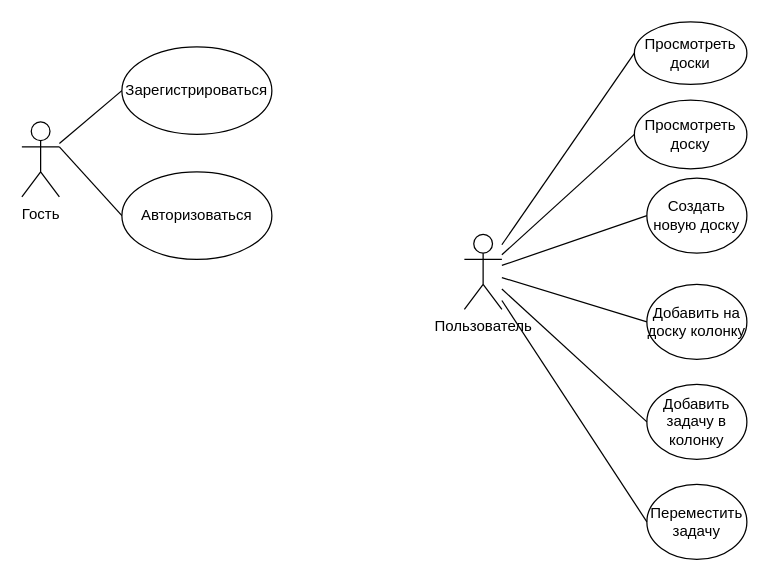
This is page "Guest" (1 of 2) of use case.drawio from StanEkso/kanban-projecting, a draw.io file, before an edit. Source tidied: cells renumbered, new cells numbered last; positions are measured from the earlier drawing's top-left corner, leaving out a move shared by most shapes. Both pictures are drawn from the tidied source at 125%, with x=0, y=0 at pixel (21, 21).
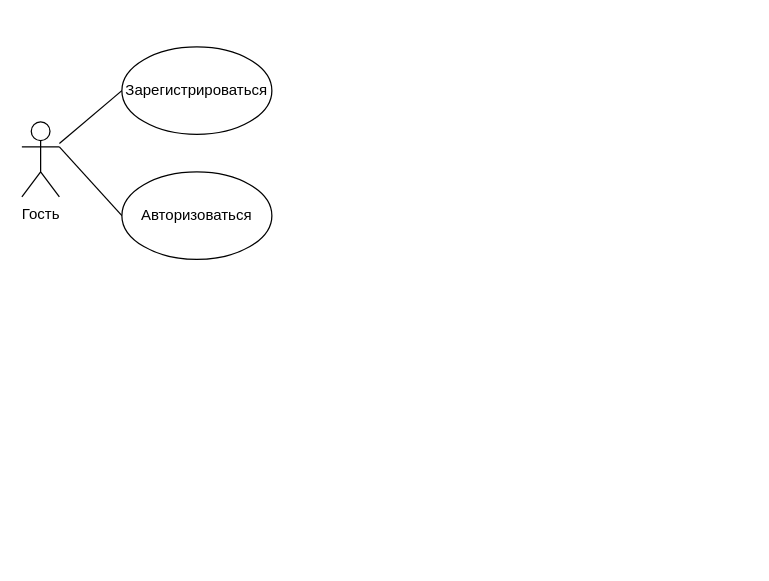
Above is the later version.

Commit message:
refactor: divide use case diagram

Change to the diagram source:
```diff
@@
 <mxGraphModel>
   <root>
     <mxCell id="0" />
     <mxCell id="1" parent="0" />
     <mxCell id="2" value="Гость" style="shape=umlActor;verticalLabelPosition=bottom;verticalAlign=top;html=1;outlineConnect=0;" parent="1" vertex="1">
       <mxGeometry y="80" width="30" height="60" as="geometry" />
     </mxCell>
     <mxCell id="3" value="Зарегистрироваться" style="ellipse;whiteSpace=wrap;html=1;" parent="1" vertex="1">
       <mxGeometry x="80" y="20" width="120" height="70" as="geometry" />
     </mxCell>
     <mxCell id="4" value="Авторизоваться" style="ellipse;whiteSpace=wrap;html=1;" parent="1" vertex="1">
       <mxGeometry x="80" y="120" width="120" height="70" as="geometry" />
     </mxCell>
     <mxCell id="5" style="endArrow=none;html=1;rounded=0;exitX=1;exitY=0.3333333333333333;exitDx=0;exitDy=0;exitPerimeter=0;entryX=0;entryY=0.5;entryDx=0;entryDy=0;" parent="1" edge="1" source="2" target="4">
       <mxGeometry relative="1" as="geometry" />
     </mxCell>
     <mxCell id="6" style="endArrow=none;html=1;rounded=0;entryX=0;entryY=0.5;entryDx=0;entryDy=0;" parent="1" edge="1" source="2" target="3">
       <mxGeometry relative="1" as="geometry" />
     </mxCell>
-    <mxCell id="7" value="Пользователь" style="shape=umlActor;verticalLabelPosition=bottom;verticalAlign=top;html=1;outlineConnect=0;" parent="1" vertex="1">
-      <mxGeometry x="354" y="170" width="30" height="60" as="geometry" />
-    </mxCell>
-    <mxCell id="8" value="Просмотреть доски" style="ellipse;whiteSpace=wrap;html=1;" parent="1" vertex="1">
-      <mxGeometry x="490" width="90" height="50" as="geometry" />
-    </mxCell>
-    <mxCell id="9" value="Создать новую доску" style="ellipse;whiteSpace=wrap;html=1;" parent="1" vertex="1">
-      <mxGeometry x="500" y="125" width="80" height="60" as="geometry" />
-    </mxCell>
-    <mxCell id="10" style="endArrow=none;html=1;rounded=0;entryX=0;entryY=0.5;entryDx=0;entryDy=0;" parent="1" edge="1" source="7" target="9">
-      <mxGeometry relative="1" as="geometry" />
-    </mxCell>
-    <mxCell id="11" style="endArrow=none;html=1;rounded=0;entryX=0;entryY=0.5;entryDx=0;entryDy=0;" parent="1" edge="1" source="7" target="8">
-      <mxGeometry relative="1" as="geometry" />
-    </mxCell>
-    <mxCell id="12" value="Просмотреть доску" style="ellipse;whiteSpace=wrap;html=1;" parent="1" vertex="1">
-      <mxGeometry x="490" y="62.5" width="90" height="55" as="geometry" />
-    </mxCell>
-    <mxCell id="13" style="endArrow=none;html=1;rounded=0;entryX=0;entryY=0.5;entryDx=0;entryDy=0;" parent="1" edge="1" source="7" target="12">
-      <mxGeometry relative="1" as="geometry" />
-    </mxCell>
-    <mxCell id="14" value="Добавить на доску колонку" style="ellipse;whiteSpace=wrap;html=1;" parent="1" vertex="1">
-      <mxGeometry x="500" y="210" width="80" height="60" as="geometry" />
-    </mxCell>
-    <mxCell id="15" value="Добавить задачу в колонку" style="ellipse;whiteSpace=wrap;html=1;" parent="1" vertex="1">
-      <mxGeometry x="500" y="290" width="80" height="60" as="geometry" />
-    </mxCell>
-    <mxCell id="16" value="Переместить задачу" style="ellipse;whiteSpace=wrap;html=1;" parent="1" vertex="1">
-      <mxGeometry x="500" y="370" width="80" height="60" as="geometry" />
-    </mxCell>
-    <mxCell id="17" style="endArrow=none;html=1;rounded=0;entryX=0;entryY=0.5;entryDx=0;entryDy=0;" parent="1" edge="1" source="7" target="14">
-      <mxGeometry relative="1" as="geometry" />
-    </mxCell>
-    <mxCell id="18" style="endArrow=none;html=1;rounded=0;entryX=0;entryY=0.5;entryDx=0;entryDy=0;" parent="1" edge="1" source="7" target="15">
-      <mxGeometry relative="1" as="geometry" />
-    </mxCell>
-    <mxCell id="19" style="endArrow=none;html=1;rounded=0;entryX=0;entryY=0.5;entryDx=0;entryDy=0;" parent="1" edge="1" source="7" target="16">
-      <mxGeometry relative="1" as="geometry" />
-    </mxCell>
   </root>
 </mxGraphModel>
```
